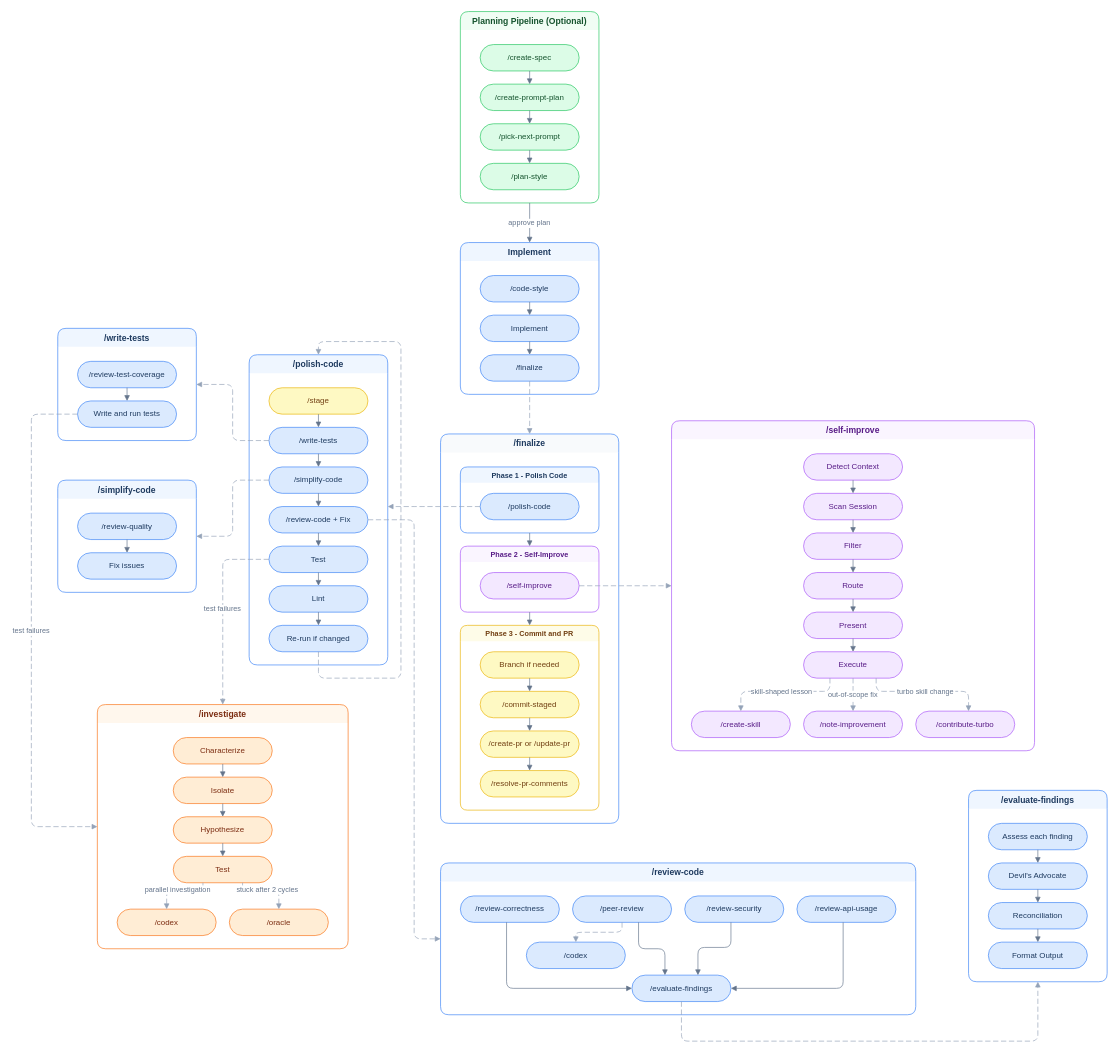
The draw.io diagram assets/how-skills-connect.drawio in nathan-hayashi/turbo, before the edit. Source tidied: cells renumbered, new cells numbered last; positions are measured from the earlier drawing's top-left corner, leaving out a move shared by most shapes. Both pictures are drawn from the tidied source at 66%, with x=0, y=0 at pixel (31, 11).
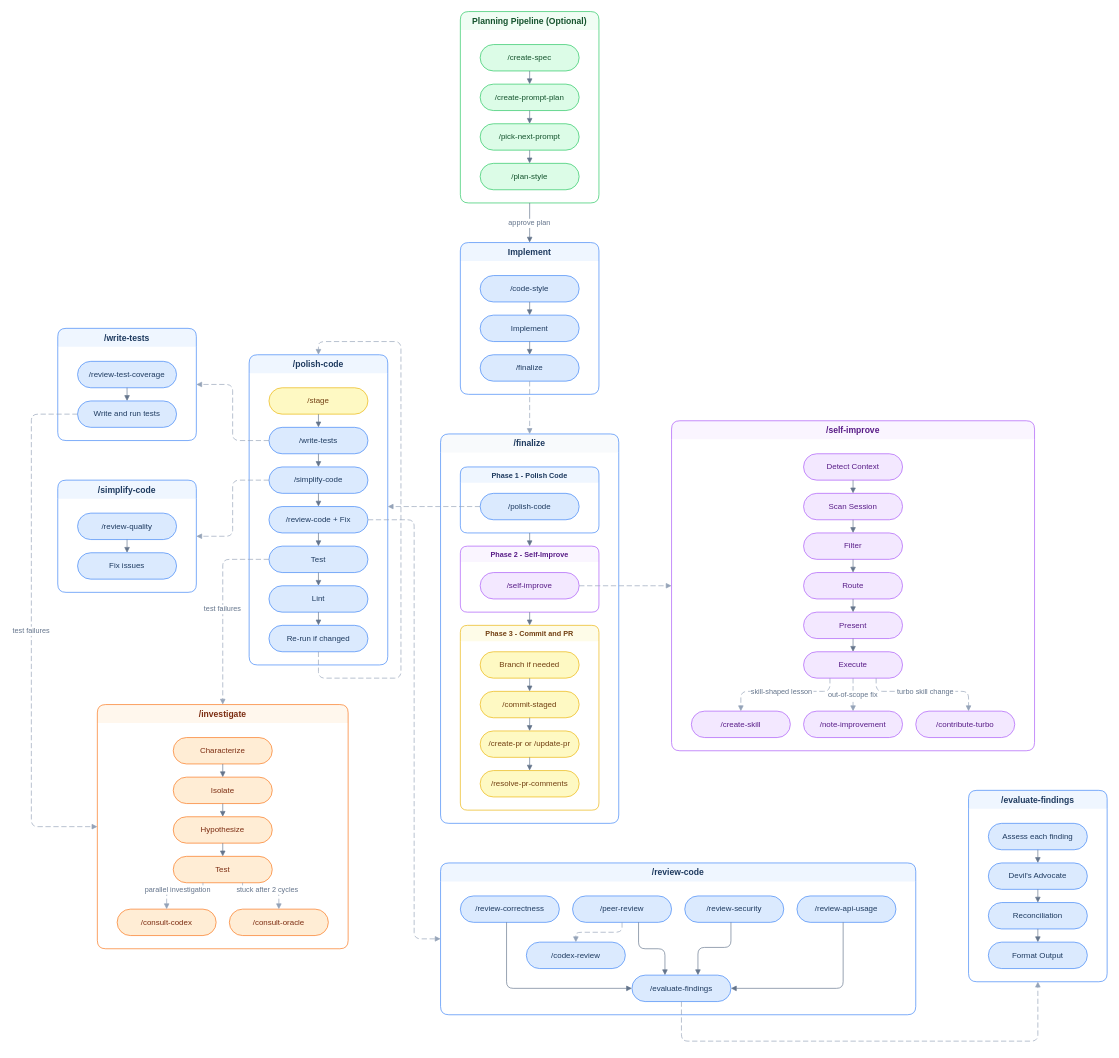
Above is the later version.

The change refers to these unchanged cells:
```xml
<mxCell id="66" value="/review-code" style="swimlane;startSize=28;rounded=1;fillColor=#eff6ff;strokeColor=#3b82f6;fontColor=#1e3a5f;fontStyle=1;fontSize=13;swimlaneLine=0;" parent="1" vertex="1">
  <mxGeometry x="620" y="1290" width="720" height="230" as="geometry" />
</mxCell>
<mxCell id="86" value="/investigate" style="swimlane;startSize=28;rounded=1;fillColor=#fff7ed;strokeColor=#f97316;fontColor=#7c2d12;fontStyle=1;fontSize=13;swimlaneLine=0;" parent="1" vertex="1">
  <mxGeometry x="100" y="1050" width="380" height="370" as="geometry" />
</mxCell>
```

Diff of the diagram source:
```diff
@@
-    <mxCell id="70" value="/codex" style="rounded=1;whiteSpace=wrap;html=1;arcSize=50;fillColor=#dbeafe;strokeColor=#3b82f6;fontColor=#1e3a5f;fontSize=12;" parent="66" vertex="1">
+    <mxCell id="70" value="/codex-review" style="rounded=1;whiteSpace=wrap;html=1;arcSize=50;fillColor=#dbeafe;strokeColor=#3b82f6;fontColor=#1e3a5f;fontSize=12;" parent="66" vertex="1">
       <mxGeometry x="130" y="120" width="150" height="40" as="geometry" />
     </mxCell>
@@
-    <mxCell id="94" value="/codex" style="rounded=1;whiteSpace=wrap;html=1;arcSize=50;fillColor=#ffedd5;strokeColor=#f97316;fontColor=#7c2d12;fontSize=12;" parent="86" vertex="1">
+    <mxCell id="94" value="/consult-codex" style="rounded=1;whiteSpace=wrap;html=1;arcSize=50;fillColor=#ffedd5;strokeColor=#f97316;fontColor=#7c2d12;fontSize=12;" parent="86" vertex="1">
       <mxGeometry x="30" y="310" width="150" height="40" as="geometry" />
     </mxCell>
-    <mxCell id="95" value="/oracle" style="rounded=1;whiteSpace=wrap;html=1;arcSize=50;fillColor=#ffedd5;strokeColor=#f97316;fontColor=#7c2d12;fontSize=12;" parent="86" vertex="1">
+    <mxCell id="95" value="/consult-oracle" style="rounded=1;whiteSpace=wrap;html=1;arcSize=50;fillColor=#ffedd5;strokeColor=#f97316;fontColor=#7c2d12;fontSize=12;" parent="86" vertex="1">
       <mxGeometry x="200" y="310" width="150" height="40" as="geometry" />
     </mxCell>
```
